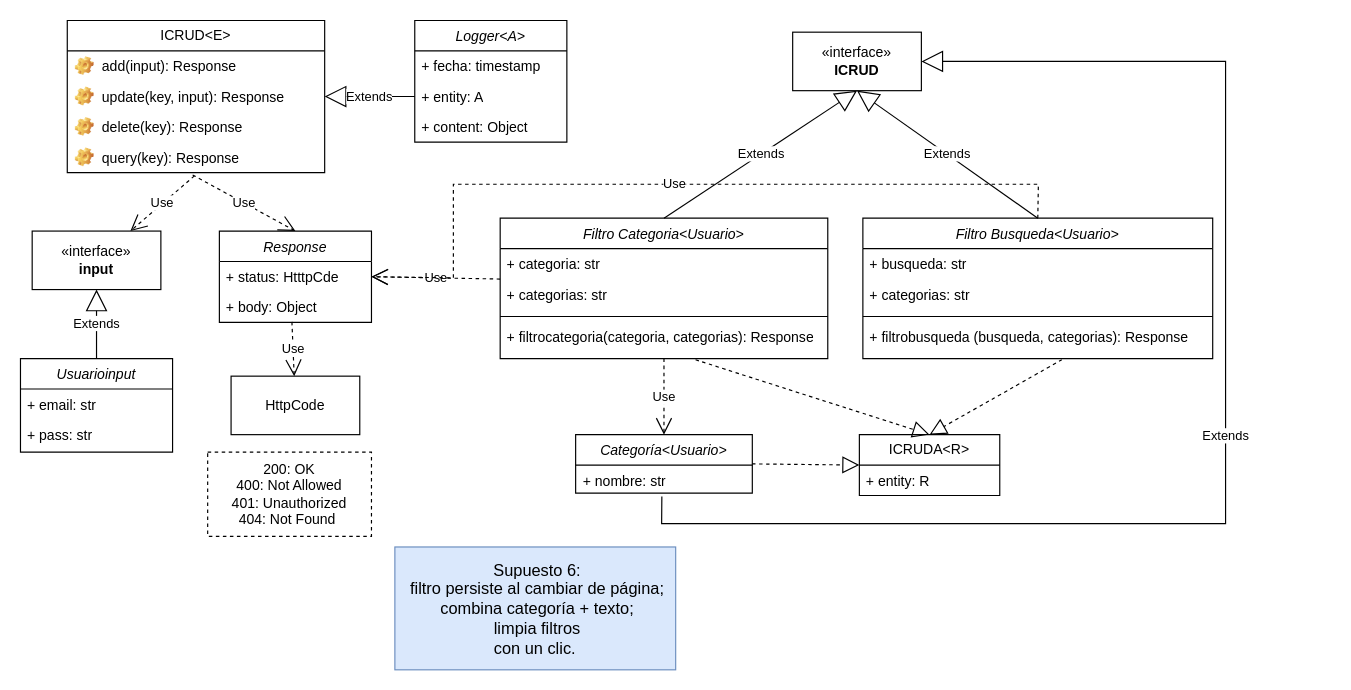
The draw.io diagram Front-End_Sprint/DiagramaSupuesto6.drawio in Giggin-html/dwm4, before the edit. Source tidied: cells renumbered, new cells numbered last; positions are measured from the earlier drawing's top-left corner, leaving out a move shared by most shapes. Both pictures are drawn from the tidied source at 117%, with x=0, y=0 at pixel (20, 20).
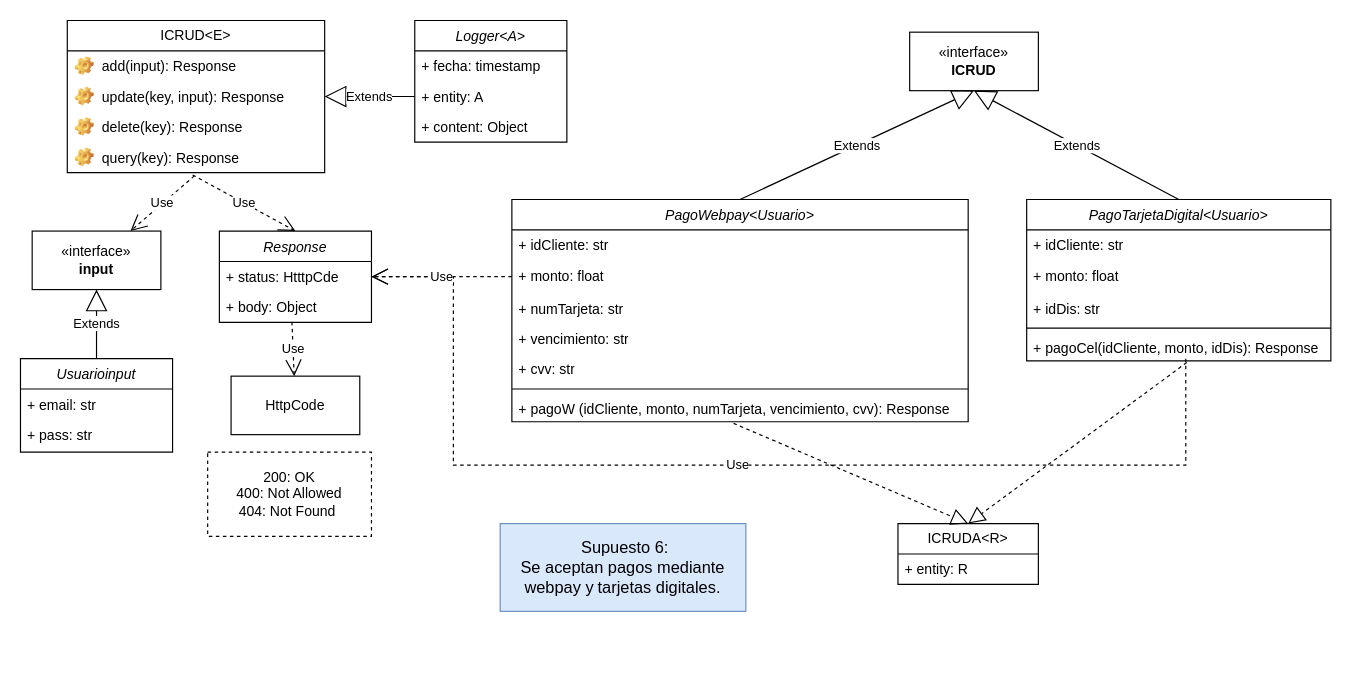
After the change.

The change refers to these unchanged cells:
```xml
<mxCell id="19" value="+ status: HtttpCde" style="text;strokeColor=none;fillColor=none;align=left;verticalAlign=top;spacingLeft=4;spacingRight=4;overflow=hidden;points=[[0,0.5],[1,0.5]];portConstraint=eastwest;whiteSpace=wrap;html=1;" parent="18" vertex="1">
  <mxGeometry y="26" width="130" height="26" as="geometry" />
</mxCell>
```

Diff of the diagram source:
```diff
@@
-    <mxCell id="2" value="Filtro Categoria&lt;Usuario&gt;" style="swimlane;fontStyle=2;align=center;verticalAlign=top;horizontal=1;startSize=26;rounded=0;shadow=0;strokeWidth=1;" parent="1" vertex="1">
-      <mxGeometry x="410" y="169" width="280" height="120" as="geometry" />
-    </mxCell>
-    <mxCell id="3" value="+ categoria: str" style="text;strokeColor=none;fillColor=none;align=left;verticalAlign=top;spacingLeft=4;spacingRight=4;overflow=hidden;whiteSpace=wrap;html=1;" parent="2" vertex="1">
-      <mxGeometry y="26" width="280" height="26" as="geometry" />
-    </mxCell>
-    <mxCell id="4" value="+ categorias: str" style="text;strokeColor=none;fillColor=none;align=left;verticalAlign=top;spacingLeft=4;spacingRight=4;overflow=hidden;points=[[0,0.5],[1,0.5]];portConstraint=eastwest;whiteSpace=wrap;html=1;" parent="2" vertex="1">
-      <mxGeometry y="52" width="280" height="28" as="geometry" />
-    </mxCell>
-    <mxCell id="5" style="line;html=1;strokeWidth=1;align=left;verticalAlign=middle;spacingTop=-1;spacingLeft=3;spacingRight=3;labelPosition=right;" parent="2" vertex="1">
-      <mxGeometry y="80" width="280" height="8" as="geometry" />
-    </mxCell>
-    <mxCell id="6" value="+ filtrocategoria(categoria, categorias): Response" style="text;strokeColor=none;fillColor=none;align=left;verticalAlign=top;spacingLeft=4;spacingRight=4;overflow=hidden;whiteSpace=wrap;html=1;" parent="2" vertex="1">
-      <mxGeometry y="88" width="280" height="24" as="geometry" />
-    </mxCell>
+    <mxCell id="27" value="&lt;font style=&quot;font-size: 14px;&quot;&gt;&amp;nbsp;Supuesto 6:&lt;/font&gt;&lt;div&gt;&lt;font style=&quot;font-size: 14px;&quot;&gt;&amp;nbsp;&lt;span style=&quot;background-color: transparent; color: light-dark(rgb(0, 0, 0), rgb(255, 255, 255));&quot;&gt;Se aceptan pagos mediante&amp;nbsp;&lt;/span&gt;&lt;br&gt;&lt;/font&gt;&lt;/div&gt;&lt;div&gt;&lt;font style=&quot;font-size: 14px;&quot;&gt;webpay y&lt;/font&gt;&amp;nbsp;&lt;font style=&quot;font-size: 14px;&quot;&gt;tarjetas digitales.&lt;/font&gt;&lt;/div&gt;" style="html=1;whiteSpace=wrap;fillColor=#dae8fc;strokeColor=#6c8ebf;" parent="1" vertex="1">
+      <mxGeometry x="410" y="430" width="210" height="75" as="geometry" />
+    </mxCell>
+    <mxCell id="51" value="PagoTarjetaDigital&lt;Usuario&gt;" style="swimlane;fontStyle=2;align=center;verticalAlign=top;horizontal=1;startSize=26;rounded=0;shadow=0;strokeWidth=1;" parent="1" vertex="1">
+      <mxGeometry x="860" y="153" width="260" height="138" as="geometry" />
+    </mxCell>
+    <mxCell id="52" value="+ idCliente: str" style="text;strokeColor=none;fillColor=none;align=left;verticalAlign=top;spacingLeft=4;spacingRight=4;overflow=hidden;whiteSpace=wrap;html=1;" parent="51" vertex="1">
+      <mxGeometry y="26" width="260" height="26" as="geometry" />
+    </mxCell>
+    <mxCell id="53" value="+ monto: float" style="text;strokeColor=none;fillColor=none;align=left;verticalAlign=top;spacingLeft=4;spacingRight=4;overflow=hidden;whiteSpace=wrap;html=1;" parent="51" vertex="1">
+      <mxGeometry y="52" width="260" height="28" as="geometry" />
+    </mxCell>
+    <mxCell id="54" value="+ idDis: str" style="text;strokeColor=none;fillColor=none;align=left;verticalAlign=top;spacingLeft=4;spacingRight=4;overflow=hidden;whiteSpace=wrap;html=1;" parent="51" vertex="1">
+      <mxGeometry y="80" width="260" height="26" as="geometry" />
+    </mxCell>
+    <mxCell id="55" style="line;html=1;strokeWidth=1;align=left;verticalAlign=middle;spacingTop=-1;spacingLeft=3;spacingRight=3;labelPosition=right;" parent="51" vertex="1">
+      <mxGeometry y="106" width="260" height="8" as="geometry" />
+    </mxCell>
+    <mxCell id="56" value="+ pagoCel(idCliente, monto, idDis): Response" style="text;strokeColor=none;fillColor=none;align=left;verticalAlign=top;spacingLeft=4;spacingRight=4;overflow=hidden;points=[[0,0.5],[1,0.5]];portConstraint=eastwest;whiteSpace=wrap;html=1;" parent="51" vertex="1">
+      <mxGeometry y="114" width="260" height="24" as="geometry" />
+    </mxCell>
@@
     <mxCell id="24" value="«interface»&lt;br&gt;&lt;b&gt;ICRUD&lt;/b&gt;" style="html=1;whiteSpace=wrap;" parent="1" vertex="1">
-      <mxGeometry x="660" y="10" width="110" height="50" as="geometry" />
+      <mxGeometry x="760" y="10" width="110" height="50" as="geometry" />
     </mxCell>
-    <mxCell id="25" value="Extends" style="endArrow=block;endSize=16;endFill=0;html=1;rounded=0;exitX=0.5;exitY=0;exitDx=0;exitDy=0;entryX=0.5;entryY=1;entryDx=0;entryDy=0;" parent="1" edge="1" source="2" target="24">
-      <mxGeometry relative="1" as="geometry" />
-    </mxCell>
-    <mxCell id="26" value="Use" style="endArrow=open;endSize=12;dashed=1;html=1;rounded=0;entryX=1;entryY=0.5;entryDx=0;entryDy=0;exitX=0;exitY=0;exitDx=0;exitDy=0;exitPerimeter=0;" parent="1" edge="1" source="4" target="19">
-      <mxGeometry relative="1" as="geometry" />
-    </mxCell>
-    <mxCell id="27" value="&lt;font style=&quot;font-size: 14px;&quot;&gt;&amp;nbsp;Supuesto 6:&lt;/font&gt;&lt;div&gt;&lt;font style=&quot;font-size: 14px;&quot;&gt;&amp;nbsp;filtro persiste al cambiar de página;&lt;/font&gt;&lt;/div&gt;&lt;div&gt;&lt;font style=&quot;font-size: 14px;&quot;&gt;&amp;nbsp;combina categoría + texto;&lt;/font&gt;&lt;/div&gt;&lt;div&gt;&lt;font style=&quot;font-size: 14px;&quot;&gt;&amp;nbsp;limpia filtros&lt;br&gt; con un clic.&lt;/font&gt;&lt;/div&gt;" style="html=1;whiteSpace=wrap;fillColor=#dae8fc;strokeColor=#6c8ebf;" parent="1" vertex="1">
-      <mxGeometry x="320" y="450" width="240" height="105" as="geometry" />
-    </mxCell>
-    <mxCell id="28" value="200: OK&lt;div&gt;400: Not Allowed&lt;/div&gt;&lt;div&gt;&lt;div&gt;&lt;span style=&quot;background-color: transparent;&quot;&gt;401: Unauthorized&lt;/span&gt;&lt;/div&gt;&lt;div&gt;404: Not Found&amp;nbsp;&lt;/div&gt;&lt;/div&gt;" style="html=1;whiteSpace=wrap;dashed=1;" parent="1" vertex="1">
-      <mxGeometry x="160" y="369" width="140" height="72" as="geometry" />
-    </mxCell>
+    <mxCell id="57" value="Extends" style="endArrow=block;endSize=16;endFill=0;html=1;rounded=0;exitX=0.5;exitY=0;exitDx=0;exitDy=0;entryX=0.5;entryY=1;entryDx=0;entryDy=0;" parent="1" edge="1" source="51" target="24">
+      <mxGeometry relative="1" as="geometry" />
+    </mxCell>
+    <mxCell id="58" value="Use" style="endArrow=open;endSize=12;dashed=1;html=1;rounded=0;entryX=1;entryY=0.5;entryDx=0;entryDy=0;exitX=0.523;exitY=0.925;exitDx=0;exitDy=0;exitPerimeter=0;" parent="1" edge="1" source="56" target="19">
+      <mxGeometry relative="1" as="geometry">
+        <Array as="points">
+          <mxPoint x="996" y="380" />
+          <mxPoint x="370" y="380" />
+          <mxPoint x="370" y="219" />
+        </Array>
+      </mxGeometry>
+    </mxCell>
+    <mxCell id="59" value="200: OK&lt;div&gt;400: Not Allowed&lt;/div&gt;&lt;div&gt;&lt;div&gt;404: Not Found&amp;nbsp;&lt;/div&gt;&lt;/div&gt;" style="html=1;whiteSpace=wrap;dashed=1;" parent="1" vertex="1">
+      <mxGeometry x="160" y="369" width="140" height="72" as="geometry" />
+    </mxCell>
@@
-    <mxCell id="34" value="Filtro Busqueda&lt;Usuario&gt;" style="swimlane;fontStyle=2;align=center;verticalAlign=top;horizontal=1;startSize=26;rounded=0;shadow=0;strokeWidth=1;" parent="1" vertex="1">
-      <mxGeometry x="720" y="169" width="299" height="120" as="geometry" />
-    </mxCell>
-    <mxCell id="35" value="+ busqueda: str" style="text;strokeColor=none;fillColor=none;align=left;verticalAlign=top;spacingLeft=4;spacingRight=4;overflow=hidden;whiteSpace=wrap;html=1;" parent="34" vertex="1">
-      <mxGeometry y="26" width="299" height="26" as="geometry" />
-    </mxCell>
-    <mxCell id="36" value="+ categorias: str" style="text;strokeColor=none;fillColor=none;align=left;verticalAlign=top;spacingLeft=4;spacingRight=4;overflow=hidden;whiteSpace=wrap;html=1;" parent="34" vertex="1">
-      <mxGeometry y="52" width="299" height="28" as="geometry" />
-    </mxCell>
-    <mxCell id="37" style="line;html=1;strokeWidth=1;align=left;verticalAlign=middle;spacingTop=-1;spacingLeft=3;spacingRight=3;labelPosition=right;" parent="34" vertex="1">
-      <mxGeometry y="80" width="299" height="8" as="geometry" />
-    </mxCell>
-    <mxCell id="38" value="+ filtrobusqueda (busqueda, categorias): Response" style="text;strokeColor=none;fillColor=none;align=left;verticalAlign=top;spacingLeft=4;spacingRight=4;overflow=hidden;whiteSpace=wrap;html=1;" parent="34" vertex="1">
-      <mxGeometry y="88" width="299" height="24" as="geometry" />
-    </mxCell>
-    <mxCell id="39" value="Use" style="endArrow=open;endSize=12;dashed=1;html=1;rounded=0;entryX=1;entryY=0.5;entryDx=0;entryDy=0;exitX=0.5;exitY=0;exitDx=0;exitDy=0;" parent="1" edge="1" source="34" target="19">
-      <mxGeometry relative="1" as="geometry">
-        <Array as="points">
-          <mxPoint x="870" y="140" />
-          <mxPoint x="370" y="140" />
-          <mxPoint x="370" y="220" />
-        </Array>
-      </mxGeometry>
-    </mxCell>
-    <mxCell id="40" value="Extends" style="endArrow=block;endSize=16;endFill=0;html=1;rounded=0;exitX=0.5;exitY=0;exitDx=0;exitDy=0;entryX=0.5;entryY=1;entryDx=0;entryDy=0;" parent="1" edge="1" source="34" target="24">
-      <mxGeometry relative="1" as="geometry" />
-    </mxCell>
-    <mxCell id="41" value="Categoría&lt;Usuario&gt;" style="swimlane;fontStyle=2;align=center;verticalAlign=top;horizontal=1;startSize=26;rounded=0;shadow=0;strokeWidth=1;" parent="1" vertex="1">
-      <mxGeometry x="474.5" y="354" width="151" height="50" as="geometry" />
-    </mxCell>
-    <mxCell id="42" value="+ nombre: str" style="text;strokeColor=none;fillColor=none;align=left;verticalAlign=top;spacingLeft=4;spacingRight=4;overflow=hidden;points=[[0,0.5],[1,0.5]];portConstraint=eastwest;whiteSpace=wrap;html=1;" parent="41" vertex="1">
-      <mxGeometry y="26" width="151" height="24" as="geometry" />
-    </mxCell>
-    <mxCell id="43" style="edgeStyle=none;curved=1;rounded=0;orthogonalLoop=1;jettySize=auto;html=1;exitX=0.75;exitY=0;exitDx=0;exitDy=0;fontSize=12;startSize=8;endSize=8;" parent="1" edge="1" source="41" target="41">
-      <mxGeometry relative="1" as="geometry" />
-    </mxCell>
-    <mxCell id="44" value="Extends" style="endArrow=block;endSize=16;endFill=0;html=1;rounded=0;entryX=1;entryY=0.5;entryDx=0;entryDy=0;exitX=0.488;exitY=1.116;exitDx=0;exitDy=0;exitPerimeter=0;" parent="1" edge="1" source="42" target="24">
-      <mxGeometry relative="1" as="geometry">
-        <Array as="points">
-          <mxPoint x="548" y="430" />
-          <mxPoint x="1030" y="430" />
-          <mxPoint x="1030" y="35" />
-        </Array>
-      </mxGeometry>
-    </mxCell>
-    <mxCell id="45" value="Use" style="endArrow=open;endSize=12;dashed=1;html=1;rounded=0;entryX=0.5;entryY=0;entryDx=0;entryDy=0;exitX=0.5;exitY=1;exitDx=0;exitDy=0;" parent="1" edge="1" source="2" target="41">
-      <mxGeometry relative="1" as="geometry" />
-    </mxCell>
+    <mxCell id="60" value="PagoWebpay&lt;Usuario&gt;" style="swimlane;fontStyle=2;align=center;verticalAlign=top;horizontal=1;startSize=26;rounded=0;shadow=0;strokeWidth=1;" parent="1" vertex="1">
+      <mxGeometry x="420" y="153" width="390" height="190" as="geometry" />
+    </mxCell>
+    <mxCell id="61" value="+ idCliente: str" style="text;strokeColor=none;fillColor=none;align=left;verticalAlign=top;spacingLeft=4;spacingRight=4;overflow=hidden;whiteSpace=wrap;html=1;" parent="60" vertex="1">
+      <mxGeometry y="26" width="390" height="26" as="geometry" />
+    </mxCell>
+    <mxCell id="62" value="+ monto: float" style="text;strokeColor=none;fillColor=none;align=left;verticalAlign=top;spacingLeft=4;spacingRight=4;overflow=hidden;points=[[0,0.5],[1,0.5]];portConstraint=eastwest;whiteSpace=wrap;html=1;" parent="60" vertex="1">
+      <mxGeometry y="52" width="390" height="28" as="geometry" />
+    </mxCell>
+    <mxCell id="63" value="+ numTarjeta: str" style="text;strokeColor=none;fillColor=none;align=left;verticalAlign=top;spacingLeft=4;spacingRight=4;overflow=hidden;whiteSpace=wrap;html=1;" parent="60" vertex="1">
+      <mxGeometry y="80" width="390" height="26" as="geometry" />
+    </mxCell>
+    <mxCell id="64" value="+ vencimiento: str" style="text;strokeColor=none;fillColor=none;align=left;verticalAlign=top;spacingLeft=4;spacingRight=4;overflow=hidden;whiteSpace=wrap;html=1;" parent="60" vertex="1">
+      <mxGeometry y="106" width="390" height="26" as="geometry" />
+    </mxCell>
+    <mxCell id="65" value="+ cvv: str" style="text;strokeColor=none;fillColor=none;align=left;verticalAlign=top;spacingLeft=4;spacingRight=4;overflow=hidden;whiteSpace=wrap;html=1;" parent="60" vertex="1">
+      <mxGeometry y="132" width="390" height="26" as="geometry" />
+    </mxCell>
+    <mxCell id="66" style="line;html=1;strokeWidth=1;align=left;verticalAlign=middle;spacingTop=-1;spacingLeft=3;spacingRight=3;labelPosition=right;" parent="60" vertex="1">
+      <mxGeometry y="158" width="390" height="8" as="geometry" />
+    </mxCell>
+    <mxCell id="67" value="+ pagoW (idCliente, monto, numTarjeta, vencimiento, cvv): Response" style="text;strokeColor=none;fillColor=none;align=left;verticalAlign=top;spacingLeft=4;spacingRight=4;overflow=hidden;points=[[0,0.5],[1,0.5]];portConstraint=eastwest;whiteSpace=wrap;html=1;" parent="60" vertex="1">
+      <mxGeometry y="166" width="390" height="24" as="geometry" />
+    </mxCell>
+    <mxCell id="68" value="Use" style="endArrow=open;endSize=12;dashed=1;html=1;rounded=0;entryX=1;entryY=0.5;entryDx=0;entryDy=0;exitX=0;exitY=0.5;exitDx=0;exitDy=0;" parent="1" edge="1" source="62" target="19">
+      <mxGeometry relative="1" as="geometry" />
+    </mxCell>
+    <mxCell id="69" value="Extends" style="endArrow=block;endSize=16;endFill=0;html=1;rounded=0;exitX=0.5;exitY=0;exitDx=0;exitDy=0;entryX=0.5;entryY=1;entryDx=0;entryDy=0;" parent="1" edge="1" source="60" target="24">
+      <mxGeometry relative="1" as="geometry" />
+    </mxCell>
+    <mxCell id="70" style="edgeStyle=none;curved=1;rounded=0;orthogonalLoop=1;jettySize=auto;html=1;exitX=0.75;exitY=0;exitDx=0;exitDy=0;fontSize=12;startSize=8;endSize=8;" parent="1" edge="1">
+      <mxGeometry relative="1" as="geometry">
+        <mxPoint x="1103.2" y="289" as="sourcePoint" />
+        <mxPoint x="1103.2" y="289" as="targetPoint" />
+      </mxGeometry>
+    </mxCell>
     <mxCell id="46" value="ICRUDA&amp;lt;R&amp;gt;" style="swimlane;fontStyle=0;horizontal=1;startSize=26;fillColor=none;whiteSpace=wrap;html=1;" parent="1" vertex="1">
-      <mxGeometry x="717" y="354" width="120" height="52" as="geometry" />
+      <mxGeometry x="750" y="430" width="120" height="52" as="geometry" />
     </mxCell>
@@
-    <mxCell id="48" style="endArrow=block;dashed=1;endFill=0;endSize=12;html=1;rounded=0;fontSize=12;curved=1;exitX=1;exitY=0.5;exitDx=0;exitDy=0;entryX=0;entryY=0.5;entryDx=0;entryDy=0;" parent="1" edge="1" source="41" target="46">
-      <mxGeometry relative="1" as="geometry" />
-    </mxCell>
-    <mxCell id="49" style="endArrow=block;dashed=1;endFill=0;endSize=12;html=1;rounded=0;fontSize=12;curved=1;entryX=0.5;entryY=0;entryDx=0;entryDy=0;" parent="1" edge="1" target="46">
-      <mxGeometry relative="1" as="geometry">
-        <mxPoint x="577" y="290" as="sourcePoint" />
-      </mxGeometry>
-    </mxCell>
-    <mxCell id="50" style="endArrow=block;dashed=1;endFill=0;endSize=12;html=1;rounded=0;fontSize=12;curved=1;entryX=0.5;entryY=0;entryDx=0;entryDy=0;" parent="1" edge="1" target="46">
-      <mxGeometry relative="1" as="geometry">
-        <mxPoint x="890" y="290" as="sourcePoint" />
-      </mxGeometry>
-    </mxCell>
+    <mxCell id="71" style="endArrow=block;dashed=1;endFill=0;endSize=12;html=1;rounded=0;fontSize=12;curved=1;exitX=0.526;exitY=1.058;exitDx=0;exitDy=0;entryX=0.5;entryY=0;entryDx=0;entryDy=0;exitPerimeter=0;" parent="1" edge="1" source="56" target="46">
+      <mxGeometry relative="1" as="geometry" />
+    </mxCell>
+    <mxCell id="72" style="endArrow=block;dashed=1;endFill=0;endSize=12;html=1;rounded=0;fontSize=12;curved=1;entryX=0.5;entryY=0;entryDx=0;entryDy=0;exitX=0.486;exitY=1.058;exitDx=0;exitDy=0;exitPerimeter=0;" parent="1" edge="1" source="67" target="46">
+      <mxGeometry relative="1" as="geometry" />
+    </mxCell>
```
